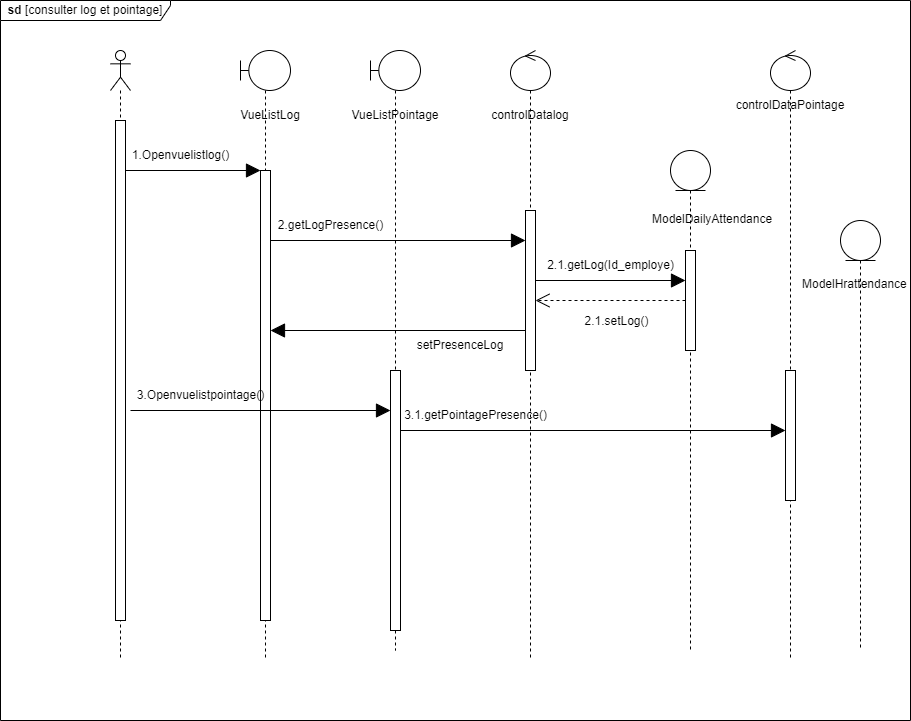
The draw.io diagram static/Diagramme des séquences conceptuel  log et pointage .drawio.png in Siluearsene/borne_biometrique, before a commit. Source tidied: cells renumbered, new cells last; positions are measured from the earlier drawing's top-left corner, leaving out a move shared by most shapes.
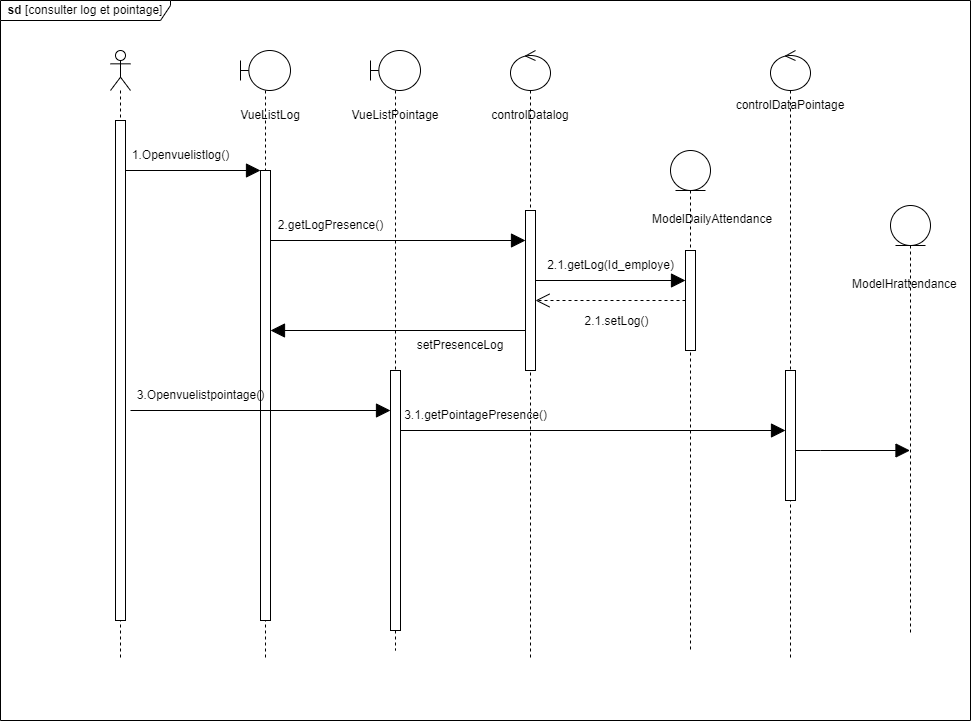
After the commit.

Commit message:
Mettre à jour Diagramme des séquences conceptuel  log et pointage .drawio.png

The edit, as a diff of the source:
```diff
@@ -29,7 +29,7 @@
       </mxGeometry>
     </mxCell>
     <mxCell id="10" value="&lt;b&gt;sd&lt;/b&gt; [consulter log et pointage]" style="shape=umlFrame;whiteSpace=wrap;html=1;width=170;height=20;fillColor=#ffffff;" parent="1" vertex="1">
-      <mxGeometry width="910" height="720" as="geometry" />
+      <mxGeometry width="970" height="720" as="geometry" />
     </mxCell>
     <mxCell id="11" value="VueListLog" style="text;html=1;strokeColor=none;fillColor=none;align=center;verticalAlign=middle;whiteSpace=wrap;rounded=0;" parent="1" vertex="1">
       <mxGeometry x="240" y="100" width="60" height="30" as="geometry" />
@@ -110,15 +110,22 @@
       <mxGeometry x="120" y="140" width="120" height="30" as="geometry" />
     </mxCell>
     <mxCell id="33" style="shape=umlLifeline;perimeter=lifelinePerimeter;whiteSpace=wrap;html=1;outlineConnect=0;portConstraint=eastwest;newEdgeStyle={&quot;edgeStyle&quot;:&quot;elbowEdgeStyle&quot;,&quot;elbow&quot;:&quot;vertical&quot;,&quot;curved&quot;:0,&quot;rounded&quot;:0};participant=umlEntity;" parent="1" vertex="1">
-      <mxGeometry x="840" y="220" width="40" height="430" as="geometry" />
+      <mxGeometry x="890" y="205" width="40" height="430" as="geometry" />
     </mxCell>
     <mxCell id="34" value="&lt;div style=&quot;text-align: center;&quot;&gt;&lt;span style=&quot;background-color: initial;&quot;&gt;ModelHrattendance&lt;/span&gt;&lt;/div&gt;" style="text;whiteSpace=wrap;html=1;" parent="1" vertex="1">
-      <mxGeometry x="800" y="270" width="100" height="25" as="geometry" />
+      <mxGeometry x="850" y="270" width="100" height="25" as="geometry" />
     </mxCell>
     <mxCell id="35" style="endArrow=block;endFill=1;endSize=12;html=1;rounded=0;" parent="1" edge="1" target="29">
       <mxGeometry relative="1" as="geometry">
         <mxPoint x="400" y="430" as="sourcePoint" />
       </mxGeometry>
     </mxCell>
+    <mxCell id="36" style="endArrow=block;endFill=1;endSize=12;html=1;rounded=0;" parent="1" edge="1" source="29" target="33">
+      <mxGeometry relative="1" as="geometry">
+        <Array as="points">
+          <mxPoint x="820" y="450" />
+        </Array>
+      </mxGeometry>
+    </mxCell>
   </root>
 </mxGraphModel>
```
